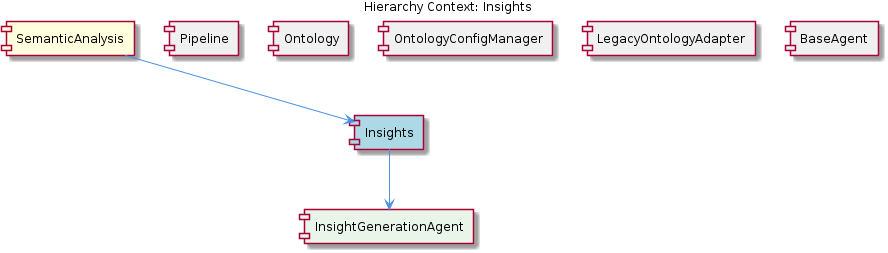
The PlantUML diagram knowledge-management/insights/images/insights-relationship.png in fwornle/coding, before a commit. Its source is kept beside it as .data/knowledge-graph/insights/puml/insights-relationship.puml.
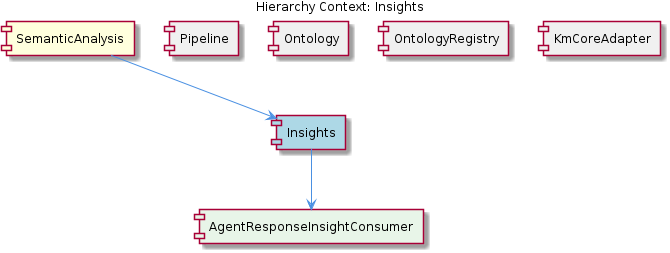
The same diagram one commit later.

The edit, as a diff of the source:
```diff
@@ -7,17 +7,15 @@
 [Insights] as insights #LightBlue
 [Pipeline] as pipeline #F0F0F0
 [Ontology] as ontology #F0F0F0
-[OntologyConfigManager] as ontology_config_manager #F0F0F0
-[LegacyOntologyAdapter] as legacy_ontology_adapter #F0F0F0
-[BaseAgent] as base_agent #F0F0F0
-[InsightGenerationAgent] as insight_generation_agent #E8F5E8
+[OntologyRegistry] as ontology_registry #F0F0F0
+[KmCoreAdapter] as km_core_adapter #F0F0F0
+[AgentResponseInsightConsumer] as agent_response_insight_consumer #E8F5E8
 
 semantic_analysis --> insights
 pipeline -[hidden]- insights
 ontology -[hidden]- insights
-ontology_config_manager -[hidden]- insights
-legacy_ontology_adapter -[hidden]- insights
-base_agent -[hidden]- insights
-insights --> insight_generation_agent
+ontology_registry -[hidden]- insights
+km_core_adapter -[hidden]- insights
+insights --> agent_response_insight_consumer
 
 @enduml
```
